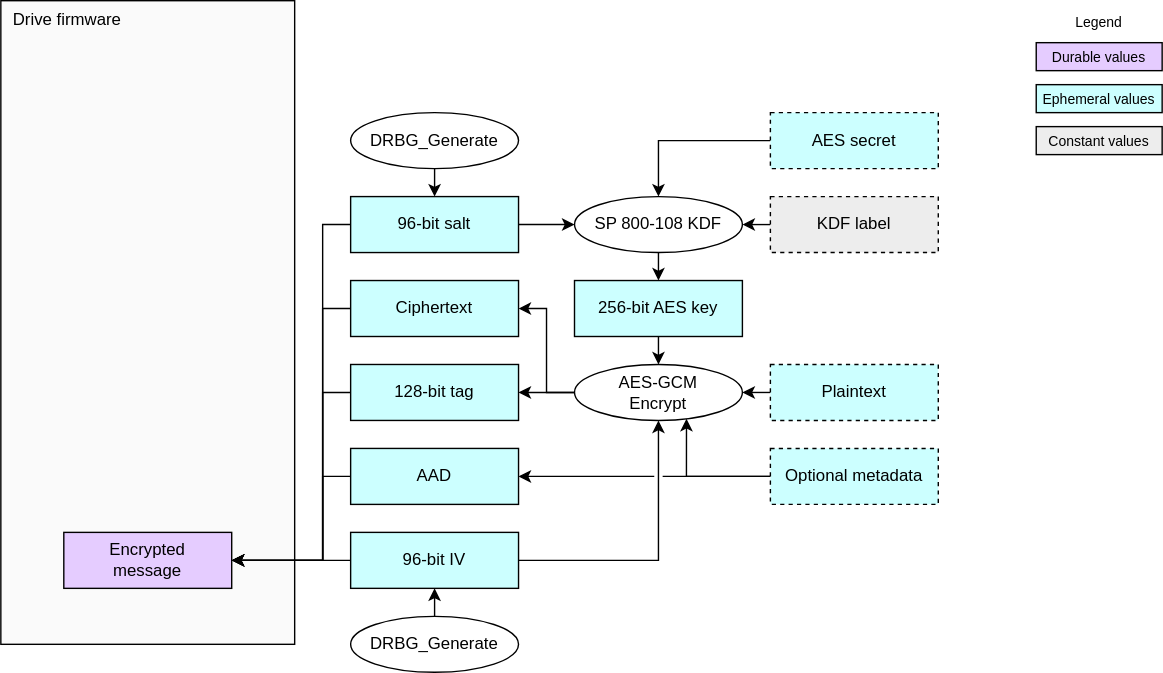
Before: doc/ocp_lock/diagrams/preconditioned_aes_encrypt.drawio.svg, a diagram exported from draw.io (chipsalliance/Caliptra). Source tidied: cells renumbered, new cells last; positions are measured from the earlier drawing's top-left corner, leaving out a move shared by most shapes. Its diagram source:
```xml
<mxGraphModel background="#ffffff">
  <root>
    <mxCell id="0" />
    <mxCell id="1" parent="0" />
    <mxCell id="2" value="Drive firmware" style="rounded=0;whiteSpace=wrap;html=1;fillColor=#FAFAFA;strokeColor=#000000;align=left;verticalAlign=top;spacingLeft=7;" parent="1" vertex="1">
      <mxGeometry width="210" height="460" as="geometry" />
    </mxCell>
    <mxCell id="3" style="html=1;exitX=0;exitY=0.5;exitDx=0;exitDy=0;entryX=1;entryY=0.5;entryDx=0;entryDy=0;rounded=0;" parent="1" edge="1" source="11" target="24">
      <mxGeometry relative="1" as="geometry" />
    </mxCell>
    <mxCell id="4" style="edgeStyle=orthogonalEdgeStyle;html=1;exitX=0;exitY=0.5;exitDx=0;exitDy=0;entryX=1;entryY=0.5;entryDx=0;entryDy=0;rounded=0;" parent="1" edge="1" source="5" target="11">
      <mxGeometry relative="1" as="geometry" />
    </mxCell>
    <mxCell id="5" value="&lt;div&gt;&lt;font color=&quot;#000000&quot;&gt;Plaintext&lt;/font&gt;&lt;/div&gt;" style="rounded=0;whiteSpace=wrap;html=1;align=center;verticalAlign=middle;shadow=0;glass=0;spacingLeft=0;spacingBottom=0;spacingTop=0;fillColor=#CCFFFF;dashed=1;" parent="1" vertex="1">
      <mxGeometry x="550" y="260" width="120" height="40" as="geometry" />
    </mxCell>
    <mxCell id="6" style="edgeStyle=orthogonalEdgeStyle;html=1;exitX=1;exitY=0.5;exitDx=0;exitDy=0;entryX=0.5;entryY=1;entryDx=0;entryDy=0;rounded=0;curved=0;" parent="1" edge="1" source="7" target="11">
      <mxGeometry relative="1" as="geometry" />
    </mxCell>
    <mxCell id="7" value="&lt;div&gt;&lt;font color=&quot;#000000&quot;&gt;96-bit IV&lt;/font&gt;&lt;/div&gt;" style="rounded=0;whiteSpace=wrap;html=1;align=center;verticalAlign=middle;shadow=0;glass=0;spacingLeft=0;spacingBottom=0;spacingTop=0;fillColor=#CCFFFF;" parent="1" vertex="1">
      <mxGeometry x="250" y="380" width="120" height="40" as="geometry" />
    </mxCell>
    <mxCell id="8" value="DRBG_Generate" style="ellipse;whiteSpace=wrap;html=1;fillColor=#FFFFFF;" parent="1" vertex="1">
      <mxGeometry x="250" y="440" width="120" height="40" as="geometry" />
    </mxCell>
    <mxCell id="9" style="edgeStyle=none;html=1;exitX=0.5;exitY=0;exitDx=0;exitDy=0;entryX=0.5;entryY=1;entryDx=0;entryDy=0;" parent="1" edge="1" source="8" target="7">
      <mxGeometry relative="1" as="geometry" />
    </mxCell>
    <mxCell id="10" style="edgeStyle=orthogonalEdgeStyle;html=1;exitX=0;exitY=0.5;exitDx=0;exitDy=0;entryX=1;entryY=0.5;entryDx=0;entryDy=0;rounded=0;" parent="1" edge="1" source="11" target="26">
      <mxGeometry relative="1" as="geometry" />
    </mxCell>
    <mxCell id="11" value="AES-GCM&lt;div&gt;Encrypt&lt;/div&gt;" style="ellipse;whiteSpace=wrap;html=1;fillColor=#FFFFFF;" parent="1" vertex="1">
      <mxGeometry x="410" y="260" width="120" height="40" as="geometry" />
    </mxCell>
    <mxCell id="12" style="edgeStyle=orthogonalEdgeStyle;endArrow=classic;html=1;rounded=0;endSize=6;startSize=6;exitX=0;exitY=0.5;exitDx=0;exitDy=0;entryX=1;entryY=0.5;entryDx=0;entryDy=0;" parent="1" edge="1" source="26" target="30">
      <mxGeometry relative="1" as="geometry">
        <Array as="points">
          <mxPoint x="230" y="220" />
          <mxPoint x="230" y="400" />
        </Array>
      </mxGeometry>
    </mxCell>
    <mxCell id="13" style="edgeStyle=none;html=1;exitX=0.5;exitY=1;exitDx=0;exitDy=0;entryX=0.5;entryY=0;entryDx=0;entryDy=0;" parent="1" edge="1" source="16" target="14">
      <mxGeometry relative="1" as="geometry" />
    </mxCell>
    <mxCell id="14" value="&lt;div&gt;&lt;font color=&quot;#000000&quot;&gt;256-bit AES key&lt;/font&gt;&lt;/div&gt;" style="rounded=0;whiteSpace=wrap;html=1;align=center;verticalAlign=middle;shadow=0;glass=0;spacingLeft=0;spacingBottom=0;spacingTop=0;fillColor=#CCFFFF;" parent="1" vertex="1">
      <mxGeometry x="410" y="200" width="120" height="40" as="geometry" />
    </mxCell>
    <mxCell id="15" style="edgeStyle=orthogonalEdgeStyle;endArrow=classic;html=1;rounded=0;endSize=6;startSize=6;exitX=0;exitY=0.5;exitDx=0;exitDy=0;entryX=0.5;entryY=0;entryDx=0;entryDy=0;" parent="1" edge="1" source="17" target="16">
      <mxGeometry relative="1" as="geometry" />
    </mxCell>
    <mxCell id="16" value="&lt;span style=&quot;color: rgb(0, 0, 0);&quot;&gt;SP 800-108 KDF&lt;/span&gt;" style="ellipse;whiteSpace=wrap;html=1;fillColor=#FFFFFF;" parent="1" vertex="1">
      <mxGeometry x="410" y="140" width="120" height="40" as="geometry" />
    </mxCell>
    <mxCell id="17" value="AES secret" style="rounded=0;whiteSpace=wrap;html=1;align=center;verticalAlign=middle;shadow=0;glass=0;spacingLeft=0;spacingBottom=0;spacingTop=0;fillColor=#CCFFFF;dashed=1;" parent="1" vertex="1">
      <mxGeometry x="550" y="80" width="120" height="40" as="geometry" />
    </mxCell>
    <mxCell id="18" value="&lt;div&gt;&lt;font color=&quot;#000000&quot;&gt;96-bit salt&lt;/font&gt;&lt;/div&gt;" style="rounded=0;whiteSpace=wrap;html=1;align=center;verticalAlign=middle;shadow=0;glass=0;spacingLeft=0;spacingBottom=0;spacingTop=0;fillColor=#CCFFFF;" parent="1" vertex="1">
      <mxGeometry x="250" y="140" width="120" height="40" as="geometry" />
    </mxCell>
    <mxCell id="19" style="edgeStyle=none;html=1;exitX=0.5;exitY=1;exitDx=0;exitDy=0;entryX=0.5;entryY=0;entryDx=0;entryDy=0;" parent="1" edge="1" source="20" target="18">
      <mxGeometry relative="1" as="geometry" />
    </mxCell>
    <mxCell id="20" value="DRBG_Generate" style="ellipse;whiteSpace=wrap;html=1;fillColor=#FFFFFF;" parent="1" vertex="1">
      <mxGeometry x="250" y="80" width="120" height="40" as="geometry" />
    </mxCell>
    <mxCell id="21" style="edgeStyle=orthogonalEdgeStyle;endArrow=classic;html=1;rounded=0;endSize=6;startSize=6;exitX=1;exitY=0.5;exitDx=0;exitDy=0;entryX=0;entryY=0.5;entryDx=0;entryDy=0;" parent="1" edge="1" source="18" target="16">
      <mxGeometry relative="1" as="geometry" />
    </mxCell>
    <mxCell id="22" style="edgeStyle=orthogonalEdgeStyle;html=1;exitX=0;exitY=0.5;exitDx=0;exitDy=0;rounded=0;curved=0;entryX=1;entryY=0.5;entryDx=0;entryDy=0;" parent="1" edge="1" source="7" target="30">
      <mxGeometry relative="1" as="geometry">
        <Array as="points">
          <mxPoint x="200" y="400" />
          <mxPoint x="200" y="400" />
        </Array>
      </mxGeometry>
    </mxCell>
    <mxCell id="23" style="edgeStyle=orthogonalEdgeStyle;html=1;exitX=0;exitY=0.5;exitDx=0;exitDy=0;rounded=0;entryX=1;entryY=0.5;entryDx=0;entryDy=0;" parent="1" edge="1" source="24" target="30">
      <mxGeometry relative="1" as="geometry">
        <Array as="points">
          <mxPoint x="230" y="280" />
          <mxPoint x="230" y="400" />
        </Array>
      </mxGeometry>
    </mxCell>
    <mxCell id="24" value="&lt;div&gt;&lt;span style=&quot;background-color: transparent;&quot;&gt;128-bit tag&lt;/span&gt;&lt;/div&gt;" style="rounded=0;whiteSpace=wrap;html=1;align=center;verticalAlign=middle;shadow=0;glass=0;spacingLeft=0;spacingBottom=0;spacingTop=0;fillColor=#CCFFFF;" parent="1" vertex="1">
      <mxGeometry x="250" y="260" width="120" height="40" as="geometry" />
    </mxCell>
    <mxCell id="25" style="edgeStyle=orthogonalEdgeStyle;html=1;exitX=0.5;exitY=1;exitDx=0;exitDy=0;entryX=0.5;entryY=0;entryDx=0;entryDy=0;rounded=0;" parent="1" edge="1" source="14" target="11">
      <mxGeometry relative="1" as="geometry" />
    </mxCell>
    <mxCell id="26" value="&lt;div&gt;&lt;font color=&quot;#000000&quot;&gt;Ciphertext&lt;/font&gt;&lt;/div&gt;" style="rounded=0;whiteSpace=wrap;html=1;align=center;verticalAlign=middle;shadow=0;glass=0;spacingLeft=0;spacingBottom=0;spacingTop=0;fillColor=#CCFFFF;" parent="1" vertex="1">
      <mxGeometry x="250" y="200" width="120" height="40" as="geometry" />
    </mxCell>
    <mxCell id="27" style="edgeStyle=orthogonalEdgeStyle;endArrow=classic;html=1;rounded=0;endSize=6;startSize=6;exitX=0;exitY=0.5;exitDx=0;exitDy=0;entryX=1;entryY=0.5;entryDx=0;entryDy=0;" parent="1" edge="1" source="18" target="30">
      <mxGeometry relative="1" as="geometry">
        <Array as="points">
          <mxPoint x="230" y="160" />
          <mxPoint x="230" y="400" />
        </Array>
      </mxGeometry>
    </mxCell>
    <mxCell id="28" style="edgeStyle=orthogonalEdgeStyle;html=1;exitX=0;exitY=0.5;exitDx=0;exitDy=0;entryX=1;entryY=0.5;entryDx=0;entryDy=0;rounded=0;" parent="1" edge="1" source="29" target="16">
      <mxGeometry relative="1" as="geometry" />
    </mxCell>
    <mxCell id="29" value="&lt;div&gt;&lt;font color=&quot;#000000&quot;&gt;KDF label&lt;/font&gt;&lt;/div&gt;" style="rounded=0;whiteSpace=wrap;html=1;align=center;verticalAlign=middle;shadow=0;glass=0;spacingLeft=0;spacingBottom=0;spacingTop=0;fillColor=#EDEDED;dashed=1;" parent="1" vertex="1">
      <mxGeometry x="550" y="140" width="120" height="40" as="geometry" />
    </mxCell>
    <mxCell id="30" value="&lt;div&gt;&lt;font color=&quot;#000000&quot;&gt;Encrypted&lt;/font&gt;&lt;/div&gt;&lt;div&gt;&lt;font color=&quot;#000000&quot;&gt;message&lt;/font&gt;&lt;/div&gt;" style="rounded=0;whiteSpace=wrap;html=1;align=center;verticalAlign=middle;shadow=0;glass=0;spacingLeft=0;spacingBottom=0;spacingTop=0;fillColor=#E5CCFF;gradientColor=none;strokeColor=#000000;gradientDirection=south;" parent="1" vertex="1">
      <mxGeometry x="45" y="380" width="120" height="40" as="geometry" />
    </mxCell>
    <mxCell id="31" value="&lt;div&gt;&lt;font color=&quot;#000000&quot;&gt;Durable values&lt;/font&gt;&lt;/div&gt;" style="rounded=0;whiteSpace=wrap;html=1;align=center;verticalAlign=middle;shadow=0;glass=0;spacingLeft=0;spacingBottom=0;spacingTop=0;fillColor=#E5CCFF;fontSize=10;" parent="1" vertex="1">
      <mxGeometry x="740" y="30" width="90" height="20" as="geometry" />
    </mxCell>
    <mxCell id="32" value="Legend" style="text;strokeColor=none;align=center;fillColor=none;html=1;verticalAlign=middle;whiteSpace=wrap;rounded=0;fontSize=10;" parent="1" vertex="1">
      <mxGeometry x="755" width="60" height="30" as="geometry" />
    </mxCell>
    <mxCell id="33" value="&lt;div&gt;&lt;font color=&quot;#000000&quot;&gt;Ephemeral values&lt;/font&gt;&lt;/div&gt;" style="rounded=0;whiteSpace=wrap;html=1;align=center;verticalAlign=middle;shadow=0;glass=0;spacingLeft=0;spacingBottom=0;spacingTop=0;fillColor=#CCFFFF;fontSize=10;" parent="1" vertex="1">
      <mxGeometry x="740" y="60" width="90" height="20" as="geometry" />
    </mxCell>
    <mxCell id="34" value="&lt;div&gt;&lt;font color=&quot;#000000&quot;&gt;Constant values&lt;/font&gt;&lt;/div&gt;" style="rounded=0;whiteSpace=wrap;html=1;align=center;verticalAlign=middle;shadow=0;glass=0;spacingLeft=0;spacingBottom=0;spacingTop=0;fillColor=#EDEDED;fontSize=10;" parent="1" vertex="1">
      <mxGeometry x="740" y="90" width="90" height="20" as="geometry" />
    </mxCell>
    <mxCell id="35" style="edgeStyle=orthogonalEdgeStyle;html=1;exitX=0;exitY=0.5;exitDx=0;exitDy=0;entryX=1;entryY=0.5;entryDx=0;entryDy=0;rounded=0;" parent="1" edge="1" source="36" target="30">
      <mxGeometry relative="1" as="geometry">
        <Array as="points">
          <mxPoint x="230" y="340" />
          <mxPoint x="230" y="400" />
        </Array>
      </mxGeometry>
    </mxCell>
    <mxCell id="36" value="&lt;div&gt;&lt;span style=&quot;background-color: transparent;&quot;&gt;AAD&lt;/span&gt;&lt;/div&gt;" style="rounded=0;whiteSpace=wrap;html=1;align=center;verticalAlign=middle;shadow=0;glass=0;spacingLeft=0;spacingBottom=0;spacingTop=0;fillColor=#CCFFFF;" parent="1" vertex="1">
      <mxGeometry x="250" y="320" width="120" height="40" as="geometry" />
    </mxCell>
    <mxCell id="37" style="edgeStyle=orthogonalEdgeStyle;html=1;exitX=0;exitY=0.5;exitDx=0;exitDy=0;entryX=1;entryY=0.5;entryDx=0;entryDy=0;rounded=0;jumpStyle=gap;" parent="1" edge="1" source="39" target="36">
      <mxGeometry relative="1" as="geometry" />
    </mxCell>
    <mxCell id="38" style="edgeStyle=orthogonalEdgeStyle;html=1;exitX=0;exitY=0.5;exitDx=0;exitDy=0;rounded=0;entryX=0.667;entryY=0.97;entryDx=0;entryDy=0;entryPerimeter=0;" parent="1" edge="1" source="39" target="11">
      <mxGeometry relative="1" as="geometry" />
    </mxCell>
    <mxCell id="39" value="&lt;div&gt;&lt;font color=&quot;#000000&quot;&gt;Optional metadata&lt;/font&gt;&lt;/div&gt;" style="rounded=0;whiteSpace=wrap;html=1;align=center;verticalAlign=middle;shadow=0;glass=0;spacingLeft=0;spacingBottom=0;spacingTop=0;fillColor=#CCFFFF;dashed=1;" parent="1" vertex="1">
      <mxGeometry x="550" y="320" width="120" height="40" as="geometry" />
    </mxCell>
  </root>
</mxGraphModel>
```
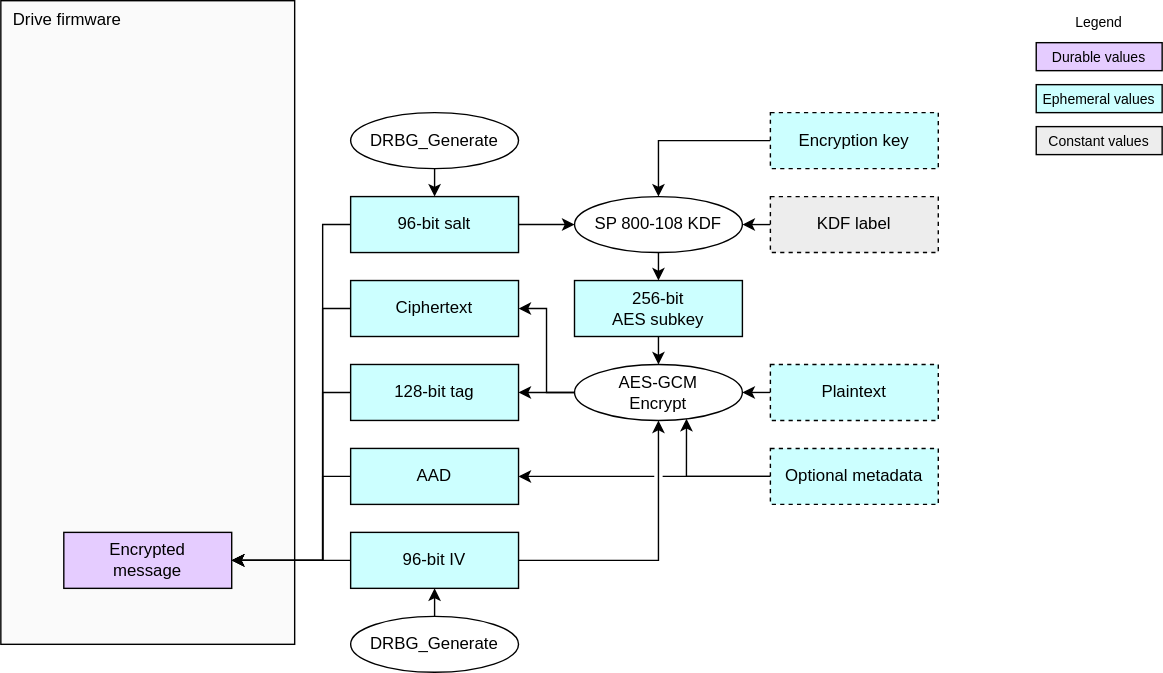
The same file after the commit.

What changed in the source:
```diff
@@ -43,7 +43,7 @@
     <mxCell id="13" style="edgeStyle=none;html=1;exitX=0.5;exitY=1;exitDx=0;exitDy=0;entryX=0.5;entryY=0;entryDx=0;entryDy=0;" parent="1" edge="1" source="16" target="14">
       <mxGeometry relative="1" as="geometry" />
     </mxCell>
-    <mxCell id="14" value="&lt;div&gt;&lt;font color=&quot;#000000&quot;&gt;256-bit AES key&lt;/font&gt;&lt;/div&gt;" style="rounded=0;whiteSpace=wrap;html=1;align=center;verticalAlign=middle;shadow=0;glass=0;spacingLeft=0;spacingBottom=0;spacingTop=0;fillColor=#CCFFFF;" parent="1" vertex="1">
+    <mxCell id="14" value="&lt;div&gt;&lt;font color=&quot;#000000&quot;&gt;256-bit&lt;/font&gt;&lt;/div&gt;&lt;div&gt;&lt;font color=&quot;#000000&quot;&gt;AES&amp;nbsp;&lt;/font&gt;&lt;span style=&quot;background-color: transparent;&quot;&gt;subkey&lt;/span&gt;&lt;/div&gt;" style="rounded=0;whiteSpace=wrap;html=1;align=center;verticalAlign=middle;shadow=0;glass=0;spacingLeft=0;spacingBottom=0;spacingTop=0;fillColor=#CCFFFF;" parent="1" vertex="1">
       <mxGeometry x="410" y="200" width="120" height="40" as="geometry" />
     </mxCell>
     <mxCell id="15" style="edgeStyle=orthogonalEdgeStyle;endArrow=classic;html=1;rounded=0;endSize=6;startSize=6;exitX=0;exitY=0.5;exitDx=0;exitDy=0;entryX=0.5;entryY=0;entryDx=0;entryDy=0;" parent="1" edge="1" source="17" target="16">
@@ -52,7 +52,7 @@
     <mxCell id="16" value="&lt;span style=&quot;color: rgb(0, 0, 0);&quot;&gt;SP 800-108 KDF&lt;/span&gt;" style="ellipse;whiteSpace=wrap;html=1;fillColor=#FFFFFF;" parent="1" vertex="1">
       <mxGeometry x="410" y="140" width="120" height="40" as="geometry" />
     </mxCell>
-    <mxCell id="17" value="AES secret" style="rounded=0;whiteSpace=wrap;html=1;align=center;verticalAlign=middle;shadow=0;glass=0;spacingLeft=0;spacingBottom=0;spacingTop=0;fillColor=#CCFFFF;dashed=1;" parent="1" vertex="1">
+    <mxCell id="17" value="Encryption key" style="rounded=0;whiteSpace=wrap;html=1;align=center;verticalAlign=middle;shadow=0;glass=0;spacingLeft=0;spacingBottom=0;spacingTop=0;fillColor=#CCFFFF;dashed=1;" parent="1" vertex="1">
       <mxGeometry x="550" y="80" width="120" height="40" as="geometry" />
     </mxCell>
     <mxCell id="18" value="&lt;div&gt;&lt;font color=&quot;#000000&quot;&gt;96-bit salt&lt;/font&gt;&lt;/div&gt;" style="rounded=0;whiteSpace=wrap;html=1;align=center;verticalAlign=middle;shadow=0;glass=0;spacingLeft=0;spacingBottom=0;spacingTop=0;fillColor=#CCFFFF;" parent="1" vertex="1">
```
